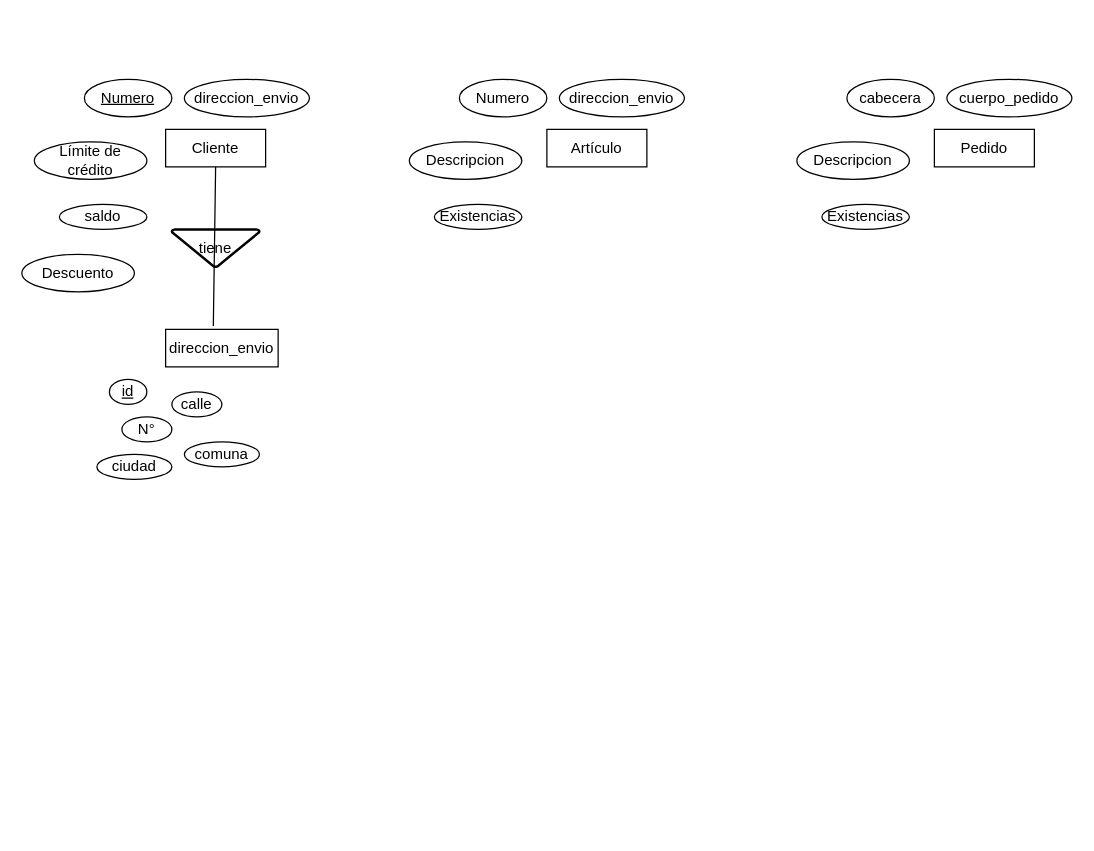
Earlier version of the draw.io diagram ArticulosyEncargos.drawio (Aree17/Base_De_Datos). Source tidied: cells renumbered, new cells numbered last; positions are measured from the earlier drawing's top-left corner, leaving out a move shared by most shapes. Both pictures are drawn from the tidied source at 125%, with x=0, y=0 at pixel (21, 79).
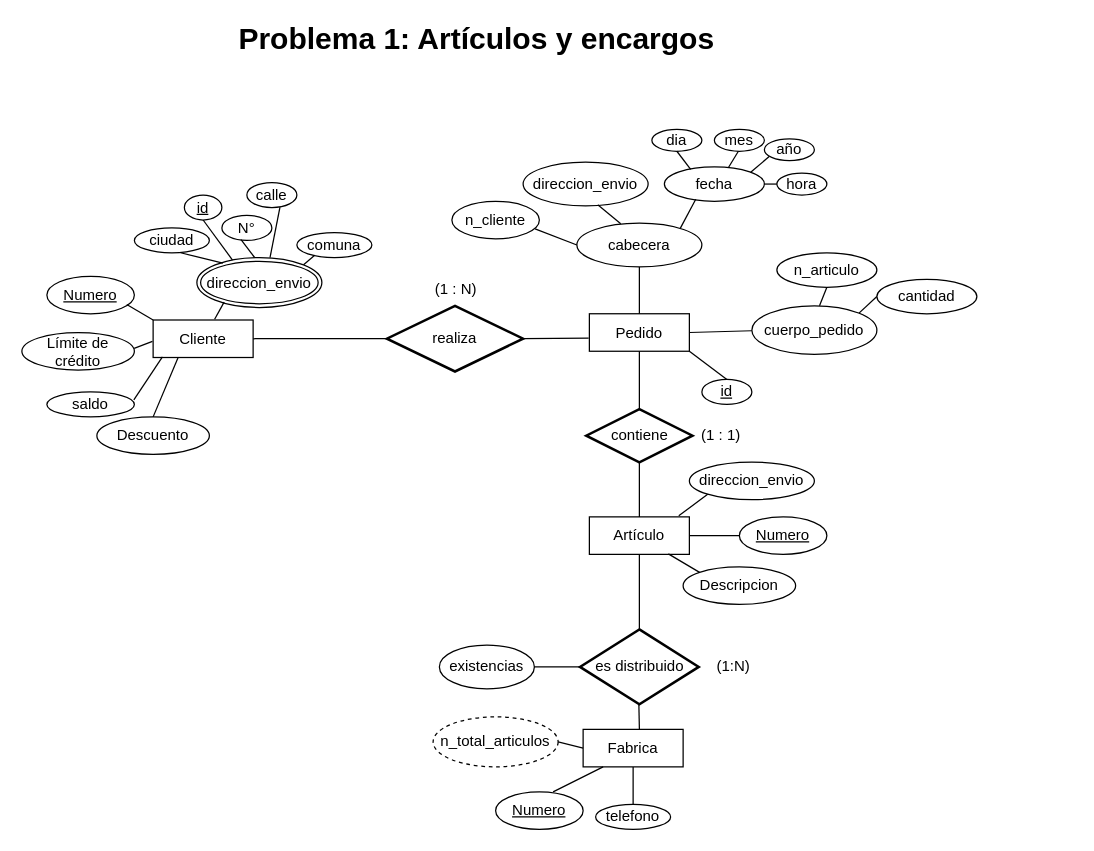
After the change.

What changed in the source:
```diff
@@
     <mxCell id="2" value="Cliente" style="rounded=0;whiteSpace=wrap;html=1;" parent="1" vertex="1">
-      <mxGeometry x="115" y="40" width="80" height="30" as="geometry" />
+      <mxGeometry x="105" y="192.5" width="80" height="30" as="geometry" />
     </mxCell>
     <mxCell id="3" value="&lt;u&gt;Numero&lt;/u&gt;" style="ellipse;whiteSpace=wrap;html=1;" parent="1" vertex="1">
-      <mxGeometry x="50" width="70" height="30" as="geometry" />
+      <mxGeometry x="20" y="157.5" width="70" height="30" as="geometry" />
     </mxCell>
-    <mxCell id="4" value="direccion_envio" style="ellipse;whiteSpace=wrap;html=1;" parent="1" vertex="1">
-      <mxGeometry x="130" width="100" height="30" as="geometry" />
-    </mxCell>
     <mxCell id="5" value="saldo" style="ellipse;whiteSpace=wrap;html=1;" parent="1" vertex="1">
-      <mxGeometry x="30" y="100" width="70" height="20" as="geometry" />
+      <mxGeometry x="20" y="250" width="70" height="20" as="geometry" />
     </mxCell>
     <mxCell id="6" value="Límite de crédito" style="ellipse;whiteSpace=wrap;html=1;" parent="1" vertex="1">
-      <mxGeometry x="10" y="50" width="90" height="30" as="geometry" />
+      <mxGeometry y="202.5" width="90" height="30" as="geometry" />
     </mxCell>
     <mxCell id="7" value="Descuento" style="ellipse;whiteSpace=wrap;html=1;" parent="1" vertex="1">
-      <mxGeometry y="140" width="90" height="30" as="geometry" />
+      <mxGeometry x="60" y="270" width="90" height="30" as="geometry" />
     </mxCell>
     <mxCell id="8" value="Artículo" style="rounded=0;whiteSpace=wrap;html=1;" parent="1" vertex="1">
-      <mxGeometry x="420" y="40" width="80" height="30" as="geometry" />
+      <mxGeometry x="454" y="350" width="80" height="30" as="geometry" />
     </mxCell>
-    <mxCell id="9" value="Numero" style="ellipse;whiteSpace=wrap;html=1;" parent="1" vertex="1">
-      <mxGeometry x="350" width="70" height="30" as="geometry" />
+    <mxCell id="9" value="&lt;u&gt;Numero&lt;/u&gt;" style="ellipse;whiteSpace=wrap;html=1;" parent="1" vertex="1">
+      <mxGeometry x="574" y="350" width="70" height="30" as="geometry" />
     </mxCell>
     <mxCell id="10" value="direccion_envio" style="ellipse;whiteSpace=wrap;html=1;" parent="1" vertex="1">
-      <mxGeometry x="430" width="100" height="30" as="geometry" />
+      <mxGeometry x="534" y="306.2" width="100" height="30" as="geometry" />
     </mxCell>
-    <mxCell id="11" value="Existencias" style="ellipse;whiteSpace=wrap;html=1;" parent="1" vertex="1">
-      <mxGeometry x="330" y="100" width="70" height="20" as="geometry" />
-    </mxCell>
     <mxCell id="12" value="Descripcion" style="ellipse;whiteSpace=wrap;html=1;" parent="1" vertex="1">
-      <mxGeometry x="310" y="50" width="90" height="30" as="geometry" />
+      <mxGeometry x="529" y="390" width="90" height="30" as="geometry" />
     </mxCell>
     <mxCell id="13" value="Pedido" style="rounded=0;whiteSpace=wrap;html=1;" parent="1" vertex="1">
-      <mxGeometry x="730" y="40" width="80" height="30" as="geometry" />
+      <mxGeometry x="454" y="187.5" width="80" height="30" as="geometry" />
     </mxCell>
-    <mxCell id="14" value="cabecera" style="ellipse;whiteSpace=wrap;html=1;" parent="1" vertex="1">
-      <mxGeometry x="660" width="70" height="30" as="geometry" />
+    <mxCell id="14" value="n_cliente" style="ellipse;whiteSpace=wrap;html=1;" parent="1" vertex="1">
+      <mxGeometry x="344" y="97.5" width="70" height="30" as="geometry" />
     </mxCell>
-    <mxCell id="15" value="cuerpo_pedido" style="ellipse;whiteSpace=wrap;html=1;" parent="1" vertex="1">
-      <mxGeometry x="740" width="100" height="30" as="geometry" />
-    </mxCell>
-    <mxCell id="16" value="Existencias" style="ellipse;whiteSpace=wrap;html=1;" parent="1" vertex="1">
-      <mxGeometry x="640" y="100" width="70" height="20" as="geometry" />
-    </mxCell>
-    <mxCell id="17" value="Descripcion" style="ellipse;whiteSpace=wrap;html=1;" parent="1" vertex="1">
-      <mxGeometry x="620" y="50" width="90" height="30" as="geometry" />
-    </mxCell>
-    <mxCell id="18" value="direccion_envio" style="rounded=0;whiteSpace=wrap;html=1;" parent="1" vertex="1">
-      <mxGeometry x="115" y="200" width="90" height="30" as="geometry" />
-    </mxCell>
     <mxCell id="19" value="&lt;u&gt;id&lt;/u&gt;" style="ellipse;whiteSpace=wrap;html=1;" parent="1" vertex="1">
-      <mxGeometry x="70" y="240" width="30" height="20" as="geometry" />
+      <mxGeometry x="130" y="92.5" width="30" height="20" as="geometry" />
     </mxCell>
     <mxCell id="20" value="N°" style="ellipse;whiteSpace=wrap;html=1;" parent="1" vertex="1">
-      <mxGeometry x="80" y="270" width="40" height="20" as="geometry" />
+      <mxGeometry x="160" y="108.8" width="40" height="20" as="geometry" />
     </mxCell>
     <mxCell id="21" value="calle" style="ellipse;whiteSpace=wrap;html=1;" parent="1" vertex="1">
-      <mxGeometry x="120" y="250" width="40" height="20" as="geometry" />
+      <mxGeometry x="180" y="82.5" width="40" height="20" as="geometry" />
     </mxCell>
     <mxCell id="22" value="comuna" style="ellipse;whiteSpace=wrap;html=1;" parent="1" vertex="1">
-      <mxGeometry x="130" y="290" width="60" height="20" as="geometry" />
+      <mxGeometry x="220" y="122.5" width="60" height="20" as="geometry" />
     </mxCell>
     <mxCell id="23" value="ciudad" style="ellipse;whiteSpace=wrap;html=1;" parent="1" vertex="1">
-      <mxGeometry x="60" y="300" width="60" height="20" as="geometry" />
+      <mxGeometry x="90" y="118.8" width="60" height="20" as="geometry" />
     </mxCell>
-    <mxCell id="24" value="tiene" style="strokeWidth=2;html=1;shape=mxgraph.flowchart.merge_or_storage;whiteSpace=wrap;" parent="1" vertex="1">
-      <mxGeometry x="120" y="120" width="70" height="30" as="geometry" />
-    </mxCell>
+    <mxCell id="18" value="direccion_envio" style="ellipse;shape=doubleEllipse;margin=3;whiteSpace=wrap;html=1;align=center;" parent="1" vertex="1">
+      <mxGeometry x="140" y="142.5" width="100" height="40" as="geometry" />
+    </mxCell>
+    <mxCell id="26" value="Fabrica" style="rounded=0;whiteSpace=wrap;html=1;" parent="1" vertex="1">
+      <mxGeometry x="449" y="520" width="80" height="30" as="geometry" />
+    </mxCell>
+    <mxCell id="27" value="es distribuido" style="strokeWidth=2;html=1;shape=mxgraph.flowchart.decision;whiteSpace=wrap;" parent="1" vertex="1">
+      <mxGeometry x="446.5" y="440" width="95" height="60" as="geometry" />
+    </mxCell>
+    <mxCell id="28" value="(1:N)" style="text;html=1;align=center;verticalAlign=middle;strokeColor=none;fillColor=none;" parent="1" vertex="1">
+      <mxGeometry x="544" y="455" width="50" height="30" as="geometry" />
+    </mxCell>
+    <mxCell id="4" value="direccion_envio" style="ellipse;whiteSpace=wrap;html=1;" parent="1" vertex="1">
+      <mxGeometry x="401" y="66.2" width="100" height="35" as="geometry" />
+    </mxCell>
+    <mxCell id="29" value="n_articulo" style="ellipse;whiteSpace=wrap;html=1;" parent="1" vertex="1">
+      <mxGeometry x="604" y="138.8" width="80" height="27.5" as="geometry" />
+    </mxCell>
+    <mxCell id="30" value="cantidad" style="ellipse;whiteSpace=wrap;html=1;" parent="1" vertex="1">
+      <mxGeometry x="684" y="160" width="80" height="27.5" as="geometry" />
+    </mxCell>
+    <mxCell id="31" value="&lt;u&gt;id&lt;/u&gt;" style="ellipse;whiteSpace=wrap;html=1;" parent="1" vertex="1">
+      <mxGeometry x="544" y="240" width="40" height="20" as="geometry" />
+    </mxCell>
+    <mxCell id="32" value="&lt;u&gt;Numero&lt;/u&gt;" style="ellipse;whiteSpace=wrap;html=1;" parent="1" vertex="1">
+      <mxGeometry x="379" y="570" width="70" height="30" as="geometry" />
+    </mxCell>
+    <mxCell id="33" value="telefono" style="ellipse;whiteSpace=wrap;html=1;" parent="1" vertex="1">
+      <mxGeometry x="459" y="580" width="60" height="20" as="geometry" />
+    </mxCell>
+    <mxCell id="34" value="cabecera" style="ellipse;whiteSpace=wrap;html=1;" parent="1" vertex="1">
+      <mxGeometry x="444" y="115" width="100" height="35" as="geometry" />
+    </mxCell>
+    <mxCell id="35" value="fecha" style="ellipse;whiteSpace=wrap;html=1;" parent="1" vertex="1">
+      <mxGeometry x="514" y="70" width="80" height="27.5" as="geometry" />
+    </mxCell>
+    <mxCell id="15" value="cuerpo_pedido" style="ellipse;whiteSpace=wrap;html=1;" parent="1" vertex="1">
+      <mxGeometry x="584" y="181.2" width="100" height="38.8" as="geometry" />
+    </mxCell>
+    <mxCell id="36" style="edgeStyle=orthogonalEdgeStyle;rounded=0;orthogonalLoop=1;jettySize=auto;html=1;exitX=0.5;exitY=1;exitDx=0;exitDy=0;" parent="1" edge="1" source="31" target="31">
+      <mxGeometry relative="1" as="geometry" />
+    </mxCell>
+    <mxCell id="37" value="dia" style="ellipse;whiteSpace=wrap;html=1;" parent="1" vertex="1">
+      <mxGeometry x="504" y="40" width="40" height="17.5" as="geometry" />
+    </mxCell>
+    <mxCell id="38" value="mes" style="ellipse;whiteSpace=wrap;html=1;" parent="1" vertex="1">
+      <mxGeometry x="554" y="40" width="40" height="17.5" as="geometry" />
+    </mxCell>
+    <mxCell id="39" value="año" style="ellipse;whiteSpace=wrap;html=1;" parent="1" vertex="1">
+      <mxGeometry x="594" y="47.5" width="40" height="17.5" as="geometry" />
+    </mxCell>
+    <mxCell id="40" value="hora" style="ellipse;whiteSpace=wrap;html=1;" parent="1" vertex="1">
+      <mxGeometry x="604" y="75" width="40" height="17.5" as="geometry" />
+    </mxCell>
+    <mxCell id="41" value="n_total_articulos" style="ellipse;whiteSpace=wrap;html=1;align=center;dashed=1;" parent="1" vertex="1">
+      <mxGeometry x="329" y="510" width="100" height="40" as="geometry" />
+    </mxCell>
+    <mxCell id="42" style="endArrow=none;html=1;rounded=0;exitX=1;exitY=0.5;exitDx=0;exitDy=0;entryX=0;entryY=0.5;entryDx=0;entryDy=0;entryPerimeter=0;" parent="1" edge="1" source="2" target="43">
+      <mxGeometry relative="1" as="geometry" />
+    </mxCell>
+    <mxCell id="43" value="realiza" style="strokeWidth=2;html=1;shape=mxgraph.flowchart.decision;whiteSpace=wrap;" parent="1" vertex="1">
+      <mxGeometry x="292" y="181.2" width="109" height="52.5" as="geometry" />
+    </mxCell>
+    <mxCell id="44" style="endArrow=none;html=1;rounded=0;exitX=1;exitY=0.5;exitDx=0;exitDy=0;exitPerimeter=0;entryX=-0.007;entryY=0.647;entryDx=0;entryDy=0;entryPerimeter=0;" parent="1" edge="1" source="43" target="13">
+      <mxGeometry relative="1" as="geometry" />
+    </mxCell>
+    <mxCell id="45" style="endArrow=none;html=1;rounded=0;exitX=0.913;exitY=0.755;exitDx=0;exitDy=0;entryX=0;entryY=0;entryDx=0;entryDy=0;exitPerimeter=0;" parent="1" edge="1" source="3" target="2">
+      <mxGeometry relative="1" as="geometry" />
+    </mxCell>
+    <mxCell id="46" style="endArrow=none;html=1;rounded=0;exitX=0.998;exitY=0.425;exitDx=0;exitDy=0;entryX=-0.007;entryY=0.569;entryDx=0;entryDy=0;exitPerimeter=0;entryPerimeter=0;" parent="1" edge="1" source="6" target="2">
+      <mxGeometry relative="1" as="geometry" />
+    </mxCell>
+    <mxCell id="47" style="endArrow=none;html=1;rounded=0;exitX=0.994;exitY=0.321;exitDx=0;exitDy=0;entryX=0.093;entryY=0.982;entryDx=0;entryDy=0;exitPerimeter=0;entryPerimeter=0;" parent="1" edge="1" source="5" target="2">
+      <mxGeometry relative="1" as="geometry" />
+    </mxCell>
-    <mxCell id="25" style="endArrow=none;html=1;rounded=0;entryX=0.5;entryY=1;entryDx=0;entryDy=0;exitX=0.424;exitY=-0.093;exitDx=0;exitDy=0;exitPerimeter=0;" parent="1" edge="1" source="18" target="2">
+    <mxCell id="25" style="endArrow=none;html=1;rounded=0;exitX=0.218;exitY=0.892;exitDx=0;exitDy=0;entryX=0.615;entryY=-0.019;entryDx=0;entryDy=0;exitPerimeter=0;entryPerimeter=0;" parent="1" edge="1" source="18" target="2">
       <mxGeometry relative="1" as="geometry" />
     </mxCell>
+    <mxCell id="48" style="endArrow=none;html=1;rounded=0;entryX=0.208;entryY=0.113;entryDx=0;entryDy=0;entryPerimeter=0;exitX=0.556;exitY=1.006;exitDx=0;exitDy=0;exitPerimeter=0;" parent="1" edge="1" target="18">
+      <mxGeometry relative="1" as="geometry">
+        <mxPoint x="127" y="138.7" as="sourcePoint" />
+      </mxGeometry>
+    </mxCell>
+    <mxCell id="49" style="endArrow=none;html=1;rounded=0;exitX=0.383;exitY=0.97;exitDx=0;exitDy=0;entryX=0.462;entryY=0;entryDx=0;entryDy=0;exitPerimeter=0;entryPerimeter=0;" parent="1" edge="1" source="20" target="18">
+      <mxGeometry relative="1" as="geometry" />
+    </mxCell>
+    <mxCell id="50" style="endArrow=none;html=1;rounded=0;exitX=0.5;exitY=1;exitDx=0;exitDy=0;entryX=0.285;entryY=0.051;entryDx=0;entryDy=0;entryPerimeter=0;" parent="1" edge="1" source="19" target="18">
+      <mxGeometry relative="1" as="geometry" />
+    </mxCell>
+    <mxCell id="51" style="endArrow=none;html=1;rounded=0;exitX=0.662;exitY=0.986;exitDx=0;exitDy=0;exitPerimeter=0;entryX=0.585;entryY=0.003;entryDx=0;entryDy=0;entryPerimeter=0;" parent="1" edge="1" source="21" target="18">
+      <mxGeometry relative="1" as="geometry" />
+    </mxCell>
+    <mxCell id="52" style="endArrow=none;html=1;rounded=0;exitX=0.234;exitY=0.922;exitDx=0;exitDy=0;entryX=1;entryY=0;entryDx=0;entryDy=0;exitPerimeter=0;" parent="1" edge="1" source="22" target="18">
+      <mxGeometry relative="1" as="geometry" />
+    </mxCell>
+    <mxCell id="53" style="endArrow=none;html=1;rounded=0;exitX=0.5;exitY=0;exitDx=0;exitDy=0;entryX=0.5;entryY=1;entryDx=0;entryDy=0;" parent="1" edge="1" source="13" target="34">
+      <mxGeometry relative="1" as="geometry" />
+    </mxCell>
+    <mxCell id="54" style="endArrow=none;html=1;rounded=0;exitX=0;exitY=0.5;exitDx=0;exitDy=0;entryX=0.951;entryY=0.735;entryDx=0;entryDy=0;entryPerimeter=0;" parent="1" edge="1" source="34" target="14">
+      <mxGeometry relative="1" as="geometry" />
+    </mxCell>
+    <mxCell id="55" style="endArrow=none;html=1;rounded=0;exitX=0.351;exitY=0.015;exitDx=0;exitDy=0;entryX=0.597;entryY=0.976;entryDx=0;entryDy=0;entryPerimeter=0;exitPerimeter=0;" parent="1" edge="1" source="34" target="4">
+      <mxGeometry relative="1" as="geometry" />
+    </mxCell>
+    <mxCell id="56" style="endArrow=none;html=1;rounded=0;exitX=0.827;exitY=0.119;exitDx=0;exitDy=0;exitPerimeter=0;entryX=0.314;entryY=0.944;entryDx=0;entryDy=0;entryPerimeter=0;" parent="1" edge="1" source="34" target="35">
+      <mxGeometry relative="1" as="geometry" />
+    </mxCell>
+    <mxCell id="57" style="endArrow=none;html=1;rounded=0;exitX=0.263;exitY=0.071;exitDx=0;exitDy=0;exitPerimeter=0;entryX=0.5;entryY=1;entryDx=0;entryDy=0;" parent="1" edge="1" source="35" target="37">
+      <mxGeometry relative="1" as="geometry" />
+    </mxCell>
+    <mxCell id="58" style="endArrow=none;html=1;rounded=0;exitX=0.641;exitY=0.019;exitDx=0;exitDy=0;exitPerimeter=0;entryX=0.256;entryY=0.938;entryDx=0;entryDy=0;entryPerimeter=0;" parent="1" edge="1" source="35">
+      <mxGeometry relative="1" as="geometry">
+        <mxPoint x="573.2" y="57.5" as="targetPoint" />
+      </mxGeometry>
+    </mxCell>
+    <mxCell id="59" style="endArrow=none;html=1;rounded=0;exitX=1;exitY=0;exitDx=0;exitDy=0;entryX=0.096;entryY=0.816;entryDx=0;entryDy=0;entryPerimeter=0;" parent="1" edge="1" source="35" target="39">
+      <mxGeometry relative="1" as="geometry" />
+    </mxCell>
+    <mxCell id="60" style="endArrow=none;html=1;rounded=0;exitX=1;exitY=0.5;exitDx=0;exitDy=0;entryX=0;entryY=0.5;entryDx=0;entryDy=0;" parent="1" edge="1" source="35" target="40">
+      <mxGeometry relative="1" as="geometry" />
+    </mxCell>
+    <mxCell id="61" style="endArrow=none;html=1;rounded=0;exitX=1;exitY=0.5;exitDx=0;exitDy=0;" parent="1" edge="1" source="13" target="15">
+      <mxGeometry relative="1" as="geometry" />
+    </mxCell>
+    <mxCell id="62" style="endArrow=none;html=1;rounded=0;exitX=0.541;exitY=-0.001;exitDx=0;exitDy=0;entryX=0.5;entryY=1;entryDx=0;entryDy=0;exitPerimeter=0;" parent="1" edge="1" source="15" target="29">
+      <mxGeometry relative="1" as="geometry" />
+    </mxCell>
+    <mxCell id="63" style="endArrow=none;html=1;rounded=0;exitX=1;exitY=0;exitDx=0;exitDy=0;entryX=0;entryY=0.5;entryDx=0;entryDy=0;" parent="1" edge="1" source="15" target="30">
+      <mxGeometry relative="1" as="geometry" />
+    </mxCell>
+    <mxCell id="64" style="endArrow=none;html=1;rounded=0;exitX=1;exitY=1;exitDx=0;exitDy=0;entryX=0.5;entryY=0;entryDx=0;entryDy=0;" parent="1" edge="1" source="13" target="31">
+      <mxGeometry relative="1" as="geometry" />
+    </mxCell>
+    <mxCell id="65" value="contiene" style="strokeWidth=2;html=1;shape=mxgraph.flowchart.decision;whiteSpace=wrap;" parent="1" vertex="1">
+      <mxGeometry x="451.5" y="263.8" width="85" height="42.5" as="geometry" />
+    </mxCell>
+    <mxCell id="66" style="endArrow=none;html=1;rounded=0;exitX=0.5;exitY=0;exitDx=0;exitDy=0;entryX=0.25;entryY=1;entryDx=0;entryDy=0;" parent="1" edge="1" source="7" target="2">
+      <mxGeometry relative="1" as="geometry" />
+    </mxCell>
+    <mxCell id="67" style="endArrow=none;html=1;rounded=0;exitX=0.5;exitY=0;exitDx=0;exitDy=0;entryX=0.5;entryY=1;entryDx=0;entryDy=0;exitPerimeter=0;" parent="1" edge="1" source="65" target="13">
+      <mxGeometry relative="1" as="geometry" />
+    </mxCell>
+    <mxCell id="68" style="endArrow=none;html=1;rounded=0;exitX=0.5;exitY=0;exitDx=0;exitDy=0;entryX=0.5;entryY=1;entryDx=0;entryDy=0;entryPerimeter=0;" parent="1" edge="1" source="8" target="65">
+      <mxGeometry relative="1" as="geometry" />
+    </mxCell>
+    <mxCell id="69" style="endArrow=none;html=1;rounded=0;exitX=0.79;exitY=0.987;exitDx=0;exitDy=0;exitPerimeter=0;entryX=0;entryY=0;entryDx=0;entryDy=0;" parent="1" edge="1" source="8" target="12">
+      <mxGeometry relative="1" as="geometry" />
+    </mxCell>
+    <mxCell id="70" style="endArrow=none;html=1;rounded=0;exitX=1;exitY=0.5;exitDx=0;exitDy=0;entryX=0;entryY=0.5;entryDx=0;entryDy=0;" parent="1" edge="1" source="8" target="9">
+      <mxGeometry relative="1" as="geometry" />
+    </mxCell>
+    <mxCell id="71" style="endArrow=none;html=1;rounded=0;exitX=0.894;exitY=-0.027;exitDx=0;exitDy=0;entryX=0;entryY=1;entryDx=0;entryDy=0;exitPerimeter=0;" parent="1" edge="1" source="8" target="10">
+      <mxGeometry relative="1" as="geometry" />
+    </mxCell>
+    <mxCell id="72" style="endArrow=none;html=1;rounded=0;exitX=0.5;exitY=0;exitDx=0;exitDy=0;entryX=0.5;entryY=1;entryDx=0;entryDy=0;exitPerimeter=0;" parent="1" edge="1" source="27" target="8">
+      <mxGeometry relative="1" as="geometry" />
+    </mxCell>
+    <mxCell id="73" value="existencias" style="ellipse;whiteSpace=wrap;html=1;" parent="1" vertex="1">
+      <mxGeometry x="334" y="452.5" width="76" height="35" as="geometry" />
+    </mxCell>
+    <mxCell id="74" style="endArrow=none;html=1;rounded=0;exitX=0;exitY=0.5;exitDx=0;exitDy=0;entryX=1;entryY=0.5;entryDx=0;entryDy=0;exitPerimeter=0;" parent="1" edge="1" source="27" target="73">
+      <mxGeometry relative="1" as="geometry" />
+    </mxCell>
+    <mxCell id="75" style="endArrow=none;html=1;rounded=0;exitX=0;exitY=0.5;exitDx=0;exitDy=0;entryX=1;entryY=0.5;entryDx=0;entryDy=0;" parent="1" edge="1" source="26" target="41">
+      <mxGeometry relative="1" as="geometry" />
+    </mxCell>
+    <mxCell id="76" style="endArrow=none;html=1;rounded=0;entryX=0.5;entryY=1;entryDx=0;entryDy=0;" parent="1" edge="1">
+      <mxGeometry relative="1" as="geometry">
+        <mxPoint x="494" y="520" as="sourcePoint" />
+        <mxPoint x="493.6" y="500" as="targetPoint" />
+      </mxGeometry>
+    </mxCell>
+    <mxCell id="77" style="endArrow=none;html=1;rounded=0;entryX=0.657;entryY=0;entryDx=0;entryDy=0;entryPerimeter=0;" parent="1" edge="1" target="32">
+      <mxGeometry relative="1" as="geometry">
+        <mxPoint x="465" y="550" as="sourcePoint" />
+      </mxGeometry>
+    </mxCell>
+    <mxCell id="78" style="endArrow=none;html=1;rounded=0;entryX=0.5;entryY=0;entryDx=0;entryDy=0;exitX=0.5;exitY=1;exitDx=0;exitDy=0;" parent="1" edge="1" source="26" target="33">
+      <mxGeometry relative="1" as="geometry" />
+    </mxCell>
+    <mxCell id="79" value="(1 : 1)" style="text;html=1;align=center;verticalAlign=middle;strokeColor=none;fillColor=none;" parent="1" vertex="1">
+      <mxGeometry x="534" y="270" width="50" height="30" as="geometry" />
+    </mxCell>
+    <mxCell id="80" value="(1 : N)" style="text;html=1;align=center;verticalAlign=middle;strokeColor=none;fillColor=none;" parent="1" vertex="1">
+      <mxGeometry x="316.5" y="152.5" width="60" height="30" as="geometry" />
+    </mxCell>
+    <mxCell id="81" value="&lt;b&gt;&lt;font style=&quot;font-size: 24px;&quot;&gt;Problema 1: Artículos y encargos&lt;/font&gt;&lt;/b&gt;&lt;div&gt;&lt;br&gt;&lt;/div&gt;" style="text;html=1;align=center;verticalAlign=middle;whiteSpace=wrap;rounded=0;" parent="1" vertex="1">
+      <mxGeometry x="171" y="-40" width="386" height="30" as="geometry" />
+    </mxCell>
```
